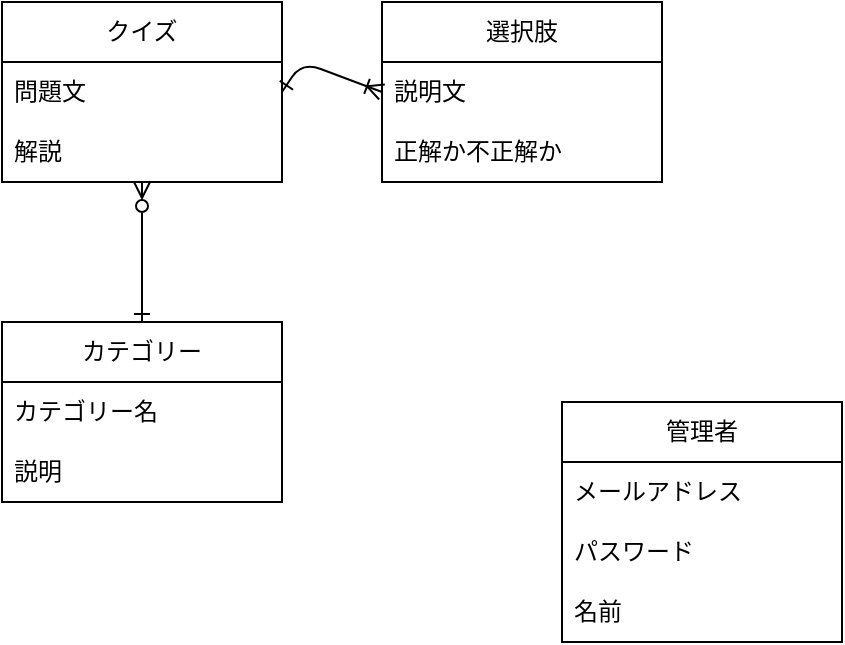
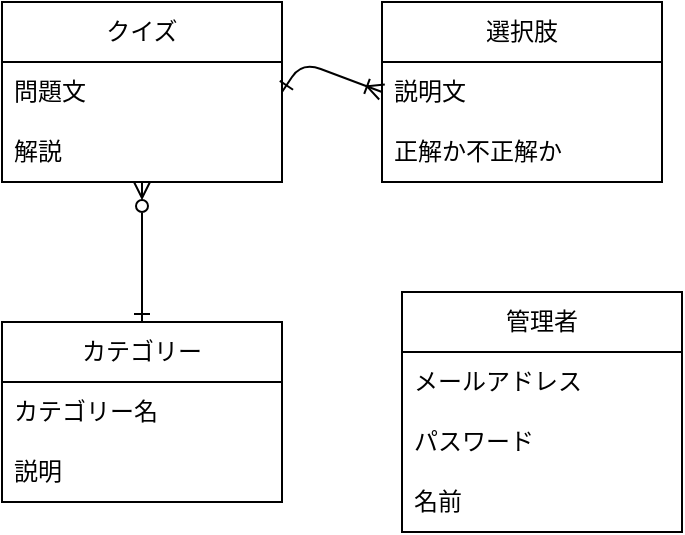
<mxfile host="65bd71144e">
    <diagram id="Rtzo7cssy6-ak0cy_LQ9" name="ページ1">
-         <mxGraphModel dx="550" dy="291" grid="1" gridSize="10" guides="1" tooltips="1" connect="1" arrows="1" fold="1" page="1" pageScale="1" pageWidth="827" pageHeight="1169" math="0" shadow="0">
+         <mxGraphModel dx="990" dy="523" grid="1" gridSize="10" guides="1" tooltips="1" connect="1" arrows="1" fold="1" page="1" pageScale="1" pageWidth="827" pageHeight="1169" math="0" shadow="0">
            <root>
                <mxCell id="0"/>
                <mxCell id="1" parent="0"/>
-                 <mxCell id="2" value="クイズ" style="swimlane;fontStyle=0;childLayout=stackLayout;horizontal=1;startSize=30;horizontalStack=0;resizeParent=1;resizeParentMax=0;resizeLast=0;collapsible=1;marginBottom=0;whiteSpace=wrap;html=1;" vertex="1" parent="1">
+                 <mxCell id="2" value="クイズ" style="swimlane;fontStyle=0;childLayout=stackLayout;horizontal=1;startSize=30;horizontalStack=0;resizeParent=1;resizeParentMax=0;resizeLast=0;collapsible=1;marginBottom=0;whiteSpace=wrap;html=1;" parent="1" vertex="1">
                    <mxGeometry x="40" y="50" width="140" height="90" as="geometry"/>
                </mxCell>
-                 <mxCell id="3" value="問題文" style="text;strokeColor=none;fillColor=none;align=left;verticalAlign=middle;spacingLeft=4;spacingRight=4;overflow=hidden;points=[[0,0.5],[1,0.5]];portConstraint=eastwest;rotatable=0;whiteSpace=wrap;html=1;" vertex="1" parent="2">
+                 <mxCell id="3" value="問題文" style="text;strokeColor=none;fillColor=none;align=left;verticalAlign=middle;spacingLeft=4;spacingRight=4;overflow=hidden;points=[[0,0.5],[1,0.5]];portConstraint=eastwest;rotatable=0;whiteSpace=wrap;html=1;" parent="2" vertex="1">
                    <mxGeometry y="30" width="140" height="30" as="geometry"/>
                </mxCell>
-                 <mxCell id="19" value="解説" style="text;strokeColor=none;fillColor=none;align=left;verticalAlign=middle;spacingLeft=4;spacingRight=4;overflow=hidden;points=[[0,0.5],[1,0.5]];portConstraint=eastwest;rotatable=0;whiteSpace=wrap;html=1;" vertex="1" parent="2">
+                 <mxCell id="19" value="解説" style="text;strokeColor=none;fillColor=none;align=left;verticalAlign=middle;spacingLeft=4;spacingRight=4;overflow=hidden;points=[[0,0.5],[1,0.5]];portConstraint=eastwest;rotatable=0;whiteSpace=wrap;html=1;" parent="2" vertex="1">
                    <mxGeometry y="60" width="140" height="30" as="geometry"/>
                </mxCell>
-                 <mxCell id="6" value="選択肢" style="swimlane;fontStyle=0;childLayout=stackLayout;horizontal=1;startSize=30;horizontalStack=0;resizeParent=1;resizeParentMax=0;resizeLast=0;collapsible=1;marginBottom=0;whiteSpace=wrap;html=1;" vertex="1" parent="1">
+                 <mxCell id="6" value="選択肢" style="swimlane;fontStyle=0;childLayout=stackLayout;horizontal=1;startSize=30;horizontalStack=0;resizeParent=1;resizeParentMax=0;resizeLast=0;collapsible=1;marginBottom=0;whiteSpace=wrap;html=1;" parent="1" vertex="1">
                    <mxGeometry x="230" y="50" width="140" height="90" as="geometry">
                        <mxRectangle x="220" y="50" width="80" height="30" as="alternateBounds"/>
                    </mxGeometry>
                </mxCell>
-                 <mxCell id="7" value="説明文" style="text;strokeColor=none;fillColor=none;align=left;verticalAlign=middle;spacingLeft=4;spacingRight=4;overflow=hidden;points=[[0,0.5],[1,0.5]];portConstraint=eastwest;rotatable=0;whiteSpace=wrap;html=1;" vertex="1" parent="6">
+                 <mxCell id="7" value="説明文" style="text;strokeColor=none;fillColor=none;align=left;verticalAlign=middle;spacingLeft=4;spacingRight=4;overflow=hidden;points=[[0,0.5],[1,0.5]];portConstraint=eastwest;rotatable=0;whiteSpace=wrap;html=1;" parent="6" vertex="1">
                    <mxGeometry y="30" width="140" height="30" as="geometry"/>
                </mxCell>
-                 <mxCell id="5" value="正解か不正解か" style="text;strokeColor=none;fillColor=none;align=left;verticalAlign=middle;spacingLeft=4;spacingRight=4;overflow=hidden;points=[[0,0.5],[1,0.5]];portConstraint=eastwest;rotatable=0;whiteSpace=wrap;html=1;" vertex="1" parent="6">
+                 <mxCell id="5" value="正解か不正解か" style="text;strokeColor=none;fillColor=none;align=left;verticalAlign=middle;spacingLeft=4;spacingRight=4;overflow=hidden;points=[[0,0.5],[1,0.5]];portConstraint=eastwest;rotatable=0;whiteSpace=wrap;html=1;" parent="6" vertex="1">
                    <mxGeometry y="60" width="140" height="30" as="geometry"/>
                </mxCell>
-                 <mxCell id="10" value="管理者" style="swimlane;fontStyle=0;childLayout=stackLayout;horizontal=1;startSize=30;horizontalStack=0;resizeParent=1;resizeParentMax=0;resizeLast=0;collapsible=1;marginBottom=0;whiteSpace=wrap;html=1;" vertex="1" parent="1">
-                     <mxGeometry x="320" y="250" width="140" height="120" as="geometry"/>
+                 <mxCell id="10" value="管理者" style="swimlane;fontStyle=0;childLayout=stackLayout;horizontal=1;startSize=30;horizontalStack=0;resizeParent=1;resizeParentMax=0;resizeLast=0;collapsible=1;marginBottom=0;whiteSpace=wrap;html=1;" parent="1" vertex="1">
+                     <mxGeometry x="240" y="195" width="140" height="120" as="geometry"/>
                </mxCell>
-                 <mxCell id="11" value="メールアドレス" style="text;strokeColor=none;fillColor=none;align=left;verticalAlign=middle;spacingLeft=4;spacingRight=4;overflow=hidden;points=[[0,0.5],[1,0.5]];portConstraint=eastwest;rotatable=0;whiteSpace=wrap;html=1;" vertex="1" parent="10">
+                 <mxCell id="11" value="メールアドレス" style="text;strokeColor=none;fillColor=none;align=left;verticalAlign=middle;spacingLeft=4;spacingRight=4;overflow=hidden;points=[[0,0.5],[1,0.5]];portConstraint=eastwest;rotatable=0;whiteSpace=wrap;html=1;" parent="10" vertex="1">
                    <mxGeometry y="30" width="140" height="30" as="geometry"/>
                </mxCell>
-                 <mxCell id="12" value="パスワード" style="text;strokeColor=none;fillColor=none;align=left;verticalAlign=middle;spacingLeft=4;spacingRight=4;overflow=hidden;points=[[0,0.5],[1,0.5]];portConstraint=eastwest;rotatable=0;whiteSpace=wrap;html=1;" vertex="1" parent="10">
+                 <mxCell id="12" value="パスワード" style="text;strokeColor=none;fillColor=none;align=left;verticalAlign=middle;spacingLeft=4;spacingRight=4;overflow=hidden;points=[[0,0.5],[1,0.5]];portConstraint=eastwest;rotatable=0;whiteSpace=wrap;html=1;" parent="10" vertex="1">
                    <mxGeometry y="60" width="140" height="30" as="geometry"/>
                </mxCell>
-                 <mxCell id="13" value="名前" style="text;strokeColor=none;fillColor=none;align=left;verticalAlign=middle;spacingLeft=4;spacingRight=4;overflow=hidden;points=[[0,0.5],[1,0.5]];portConstraint=eastwest;rotatable=0;whiteSpace=wrap;html=1;" vertex="1" parent="10">
+                 <mxCell id="13" value="名前" style="text;strokeColor=none;fillColor=none;align=left;verticalAlign=middle;spacingLeft=4;spacingRight=4;overflow=hidden;points=[[0,0.5],[1,0.5]];portConstraint=eastwest;rotatable=0;whiteSpace=wrap;html=1;" parent="10" vertex="1">
                    <mxGeometry y="90" width="140" height="30" as="geometry"/>
                </mxCell>
-                 <mxCell id="26" value="" style="edgeStyle=none;html=1;endArrow=ERzeroToMany;endFill=0;startArrow=ERone;startFill=0;" edge="1" parent="1" source="20" target="19">
+                 <mxCell id="26" value="" style="edgeStyle=none;html=1;endArrow=ERzeroToMany;endFill=0;startArrow=ERone;startFill=0;" parent="1" source="20" target="19" edge="1">
                    <mxGeometry relative="1" as="geometry"/>
                </mxCell>
-                 <mxCell id="20" value="カテゴリー" style="swimlane;fontStyle=0;childLayout=stackLayout;horizontal=1;startSize=30;horizontalStack=0;resizeParent=1;resizeParentMax=0;resizeLast=0;collapsible=1;marginBottom=0;whiteSpace=wrap;html=1;" vertex="1" parent="1">
+                 <mxCell id="20" value="カテゴリー" style="swimlane;fontStyle=0;childLayout=stackLayout;horizontal=1;startSize=30;horizontalStack=0;resizeParent=1;resizeParentMax=0;resizeLast=0;collapsible=1;marginBottom=0;whiteSpace=wrap;html=1;" parent="1" vertex="1">
                    <mxGeometry x="40" y="210" width="140" height="90" as="geometry"/>
                </mxCell>
-                 <mxCell id="21" value="カテゴリー名" style="text;strokeColor=none;fillColor=none;align=left;verticalAlign=middle;spacingLeft=4;spacingRight=4;overflow=hidden;points=[[0,0.5],[1,0.5]];portConstraint=eastwest;rotatable=0;whiteSpace=wrap;html=1;" vertex="1" parent="20">
+                 <mxCell id="21" value="カテゴリー名" style="text;strokeColor=none;fillColor=none;align=left;verticalAlign=middle;spacingLeft=4;spacingRight=4;overflow=hidden;points=[[0,0.5],[1,0.5]];portConstraint=eastwest;rotatable=0;whiteSpace=wrap;html=1;" parent="20" vertex="1">
                    <mxGeometry y="30" width="140" height="30" as="geometry"/>
                </mxCell>
-                 <mxCell id="22" value="説明" style="text;strokeColor=none;fillColor=none;align=left;verticalAlign=middle;spacingLeft=4;spacingRight=4;overflow=hidden;points=[[0,0.5],[1,0.5]];portConstraint=eastwest;rotatable=0;whiteSpace=wrap;html=1;" vertex="1" parent="20">
+                 <mxCell id="22" value="説明" style="text;strokeColor=none;fillColor=none;align=left;verticalAlign=middle;spacingLeft=4;spacingRight=4;overflow=hidden;points=[[0,0.5],[1,0.5]];portConstraint=eastwest;rotatable=0;whiteSpace=wrap;html=1;" parent="20" vertex="1">
                    <mxGeometry y="60" width="140" height="30" as="geometry"/>
                </mxCell>
-                 <mxCell id="24" style="edgeStyle=none;html=1;exitX=1;exitY=0.5;exitDx=0;exitDy=0;entryX=0;entryY=0.5;entryDx=0;entryDy=0;endArrow=ERoneToMany;endFill=0;startArrow=ERone;startFill=0;" edge="1" parent="1" source="3" target="7">
+                 <mxCell id="24" style="edgeStyle=none;html=1;exitX=1;exitY=0.5;exitDx=0;exitDy=0;entryX=0;entryY=0.5;entryDx=0;entryDy=0;endArrow=ERoneToMany;endFill=0;startArrow=ERone;startFill=0;" parent="1" source="3" target="7" edge="1">
                    <mxGeometry relative="1" as="geometry">
                        <Array as="points">
                            <mxPoint x="190" y="80"/>
                        </Array>
                    </mxGeometry>
                </mxCell>
            </root>
        </mxGraphModel>
    </diagram>
</mxfile>